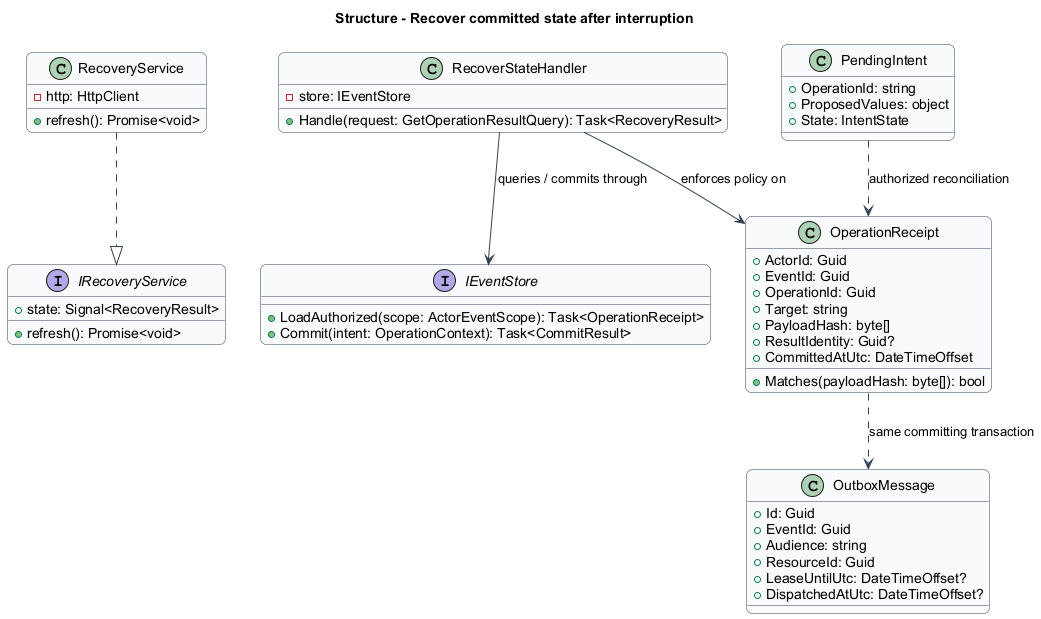
Before: docs/detailed-designs/operations/recover-state/diagrams/classes.png, a diagram exported from PlantUML (QuinntyneBrown/faithtech-toronto-ai-build-event).
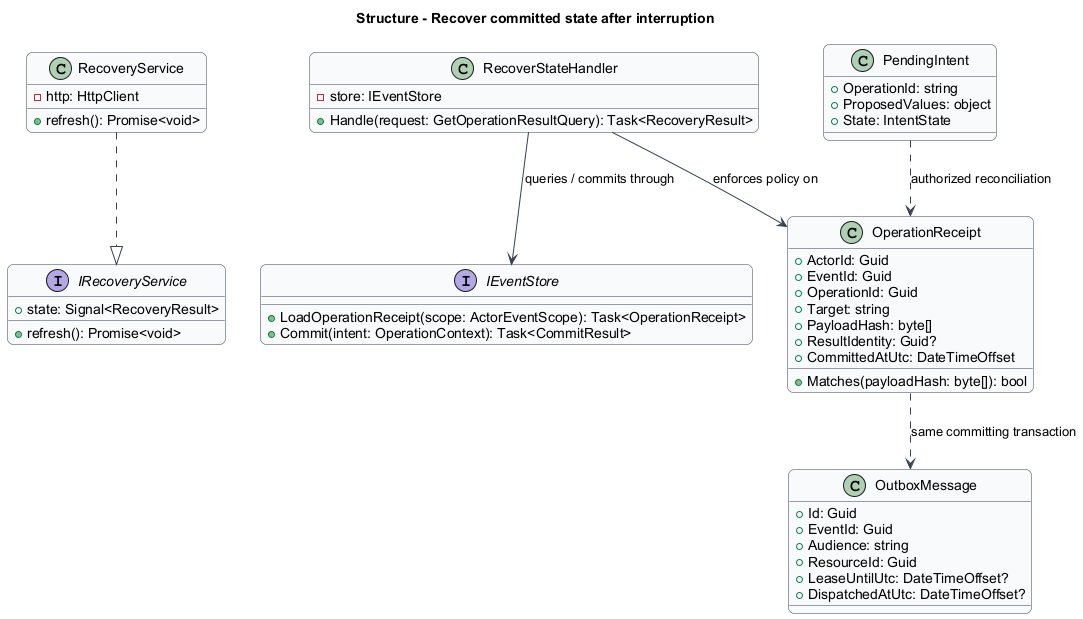
Later version of the same file.

What changed in the source:
```diff
@@ -22,7 +22,7 @@
   +Handle(request: GetOperationResultQuery): Task<RecoveryResult>
 }
 interface IEventStore {
-  +LoadAuthorized(scope: ActorEventScope): Task<OperationReceipt>
+  +LoadOperationReceipt(scope: ActorEventScope): Task<OperationReceipt>
   +Commit(intent: OperationContext): Task<CommitResult>
 }
 class OperationReceipt {
```
